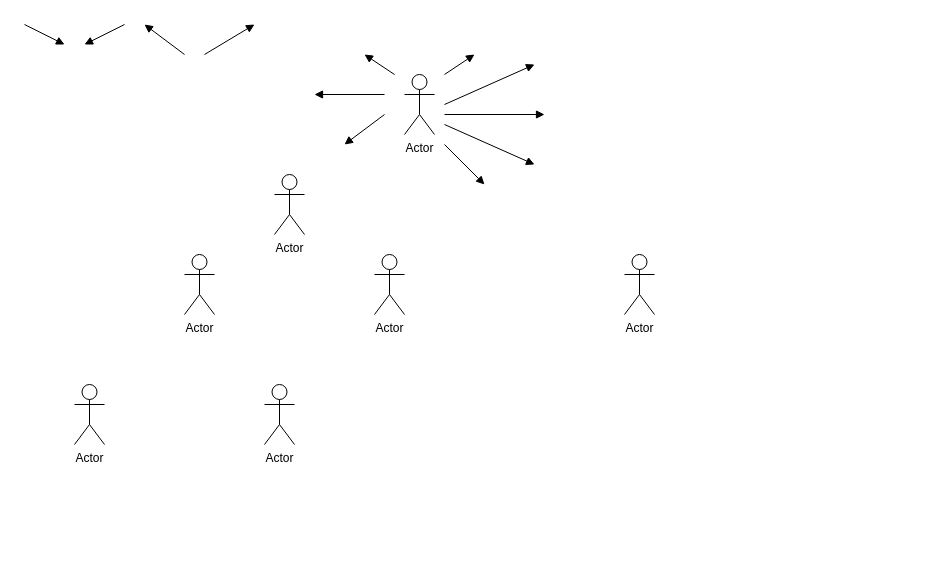
smj1746/user keeps this draw.io diagram as 제목 없는 다이어그램.drawio. Above is the earlier version. Source tidied: cells renumbered, new cells numbered last; positions are measured from the earlier drawing's top-left corner, leaving out a move shared by most shapes. Both pictures are drawn from the tidied source at 100%, with x=0, y=0 at pixel (24, 24).
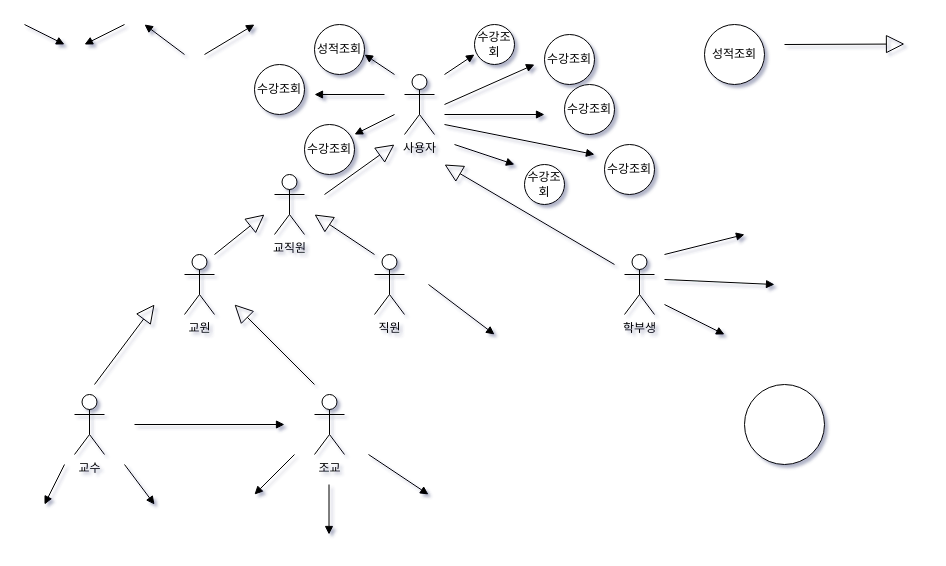
The same page after the edit.

Commit message (it also covers changes not shown here):
제목 없는 다이어그램.drawio 업데이트

The edit, as a diff of the source:
```diff
@@
-<mxGraphModel>
+<mxGraphModel shadow="1">
@@
-    <mxCell id="2" value="Actor" style="shape=umlActor;verticalLabelPosition=bottom;verticalAlign=top;html=1;" parent="1" vertex="1">
+    <mxCell id="2" value="교원&lt;div&gt;&lt;br&gt;&lt;/div&gt;" style="shape=umlActor;verticalLabelPosition=bottom;verticalAlign=top;html=1;rounded=0;" parent="1" vertex="1">
       <mxGeometry x="160" y="230" width="30" height="60" as="geometry" />
     </mxCell>
-    <mxCell id="3" value="Actor" style="shape=umlActor;verticalLabelPosition=bottom;verticalAlign=top;html=1;" parent="1" vertex="1">
+    <mxCell id="3" value="사용자" style="shape=umlActor;verticalLabelPosition=bottom;verticalAlign=top;html=1;rounded=0;" parent="1" vertex="1">
       <mxGeometry x="380" y="50" width="30" height="60" as="geometry" />
     </mxCell>
-    <mxCell id="4" value="Actor" style="shape=umlActor;verticalLabelPosition=bottom;verticalAlign=top;html=1;" parent="1" vertex="1">
+    <mxCell id="4" value="학부생&lt;div&gt;&lt;br&gt;&lt;/div&gt;" style="shape=umlActor;verticalLabelPosition=bottom;verticalAlign=top;html=1;rounded=0;" parent="1" vertex="1">
       <mxGeometry x="600" y="230" width="30" height="60" as="geometry" />
     </mxCell>
-    <mxCell id="5" value="Actor" style="shape=umlActor;verticalLabelPosition=bottom;verticalAlign=top;html=1;" parent="1" vertex="1">
+    <mxCell id="5" value="교직원&lt;div&gt;&lt;br&gt;&lt;/div&gt;" style="shape=umlActor;verticalLabelPosition=bottom;verticalAlign=top;html=1;rounded=0;" parent="1" vertex="1">
       <mxGeometry x="250" y="150" width="30" height="60" as="geometry" />
     </mxCell>
-    <mxCell id="6" value="Actor" style="shape=umlActor;verticalLabelPosition=bottom;verticalAlign=top;html=1;" parent="1" vertex="1">
+    <mxCell id="6" value="직원" style="shape=umlActor;verticalLabelPosition=bottom;verticalAlign=top;html=1;rounded=0;" parent="1" vertex="1">
       <mxGeometry x="350" y="230" width="30" height="60" as="geometry" />
     </mxCell>
-    <mxCell id="7" value="Actor" style="shape=umlActor;verticalLabelPosition=bottom;verticalAlign=top;html=1;" parent="1" vertex="1">
-      <mxGeometry x="50" y="360" width="30" height="60" as="geometry" />
+    <mxCell id="7" value="교수&lt;div&gt;&lt;br&gt;&lt;/div&gt;&lt;div&gt;&lt;br&gt;&lt;/div&gt;" style="shape=umlActor;verticalLabelPosition=bottom;verticalAlign=top;html=1;rounded=0;" parent="1" vertex="1">
+      <mxGeometry x="50" y="370" width="30" height="60" as="geometry" />
     </mxCell>
-    <mxCell id="8" value="Actor" style="shape=umlActor;verticalLabelPosition=bottom;verticalAlign=top;html=1;" parent="1" vertex="1">
-      <mxGeometry x="240" y="360" width="30" height="60" as="geometry" />
+    <mxCell id="8" value="조교" style="shape=umlActor;verticalLabelPosition=bottom;verticalAlign=top;html=1;rounded=0;" parent="1" vertex="1">
+      <mxGeometry x="290" y="370" width="30" height="60" as="geometry" />
     </mxCell>
@@
     <mxCell id="15" style="html=1;verticalAlign=bottom;endArrow=block;curved=0;rounded=0;" parent="1" edge="1">
       <mxGeometry relative="1" as="geometry">
         <mxPoint x="420" y="100" as="sourcePoint" />
-        <mxPoint x="510" y="140" as="targetPoint" />
+        <mxPoint x="570" y="130" as="targetPoint" />
       </mxGeometry>
     </mxCell>
     <mxCell id="16" style="html=1;verticalAlign=bottom;endArrow=block;curved=0;rounded=0;" parent="1" edge="1">
       <mxGeometry relative="1" as="geometry">
-        <mxPoint x="420" y="120" as="sourcePoint" />
-        <mxPoint x="460" y="160" as="targetPoint" />
+        <mxPoint x="430" y="120" as="sourcePoint" />
+        <mxPoint x="490" y="140" as="targetPoint" />
       </mxGeometry>
     </mxCell>
@@
     <mxCell id="18" style="html=1;verticalAlign=bottom;endArrow=block;curved=0;rounded=0;" parent="1" edge="1">
       <mxGeometry relative="1" as="geometry">
-        <mxPoint x="360" y="90" as="sourcePoint" />
-        <mxPoint x="320" y="120" as="targetPoint" />
+        <mxPoint x="370" y="90" as="sourcePoint" />
+        <mxPoint x="330" y="110" as="targetPoint" />
       </mxGeometry>
     </mxCell>
@@
+    <mxCell id="21" style="endArrow=block;endSize=16;endFill=0;html=1;rounded=0;" parent="1" edge="1">
+      <mxGeometry relative="1" as="geometry">
+        <mxPoint x="760" y="20" as="sourcePoint" />
+        <mxPoint x="880" y="19.5" as="targetPoint" />
+      </mxGeometry>
+    </mxCell>
+    <mxCell id="22" style="endArrow=block;endSize=16;endFill=0;html=1;rounded=0;fontStyle=0;" parent="1" edge="1">
+      <mxGeometry relative="1" as="geometry">
+        <mxPoint x="300" y="170" as="sourcePoint" />
+        <mxPoint x="370" y="120" as="targetPoint" />
+      </mxGeometry>
+    </mxCell>
+    <mxCell id="23" style="endArrow=block;endSize=16;endFill=0;html=1;rounded=0;fontStyle=0;" parent="1" edge="1">
+      <mxGeometry relative="1" as="geometry">
+        <mxPoint x="590" y="240" as="sourcePoint" />
+        <mxPoint x="420" y="140" as="targetPoint" />
+      </mxGeometry>
+    </mxCell>
+    <mxCell id="24" style="endArrow=block;endSize=16;endFill=0;html=1;rounded=0;fontStyle=0;" parent="1" edge="1">
+      <mxGeometry relative="1" as="geometry">
+        <mxPoint x="350" y="230" as="sourcePoint" />
+        <mxPoint x="290" y="190" as="targetPoint" />
+      </mxGeometry>
+    </mxCell>
+    <mxCell id="25" style="endArrow=block;endSize=16;endFill=0;html=1;rounded=0;fontStyle=0;" parent="1" edge="1">
+      <mxGeometry relative="1" as="geometry">
+        <mxPoint x="190" y="230" as="sourcePoint" />
+        <mxPoint x="240" y="190" as="targetPoint" />
+      </mxGeometry>
+    </mxCell>
+    <mxCell id="26" style="endArrow=block;endSize=16;endFill=0;html=1;rounded=0;fontStyle=0;" parent="1" edge="1">
+      <mxGeometry relative="1" as="geometry">
+        <mxPoint x="70" y="360" as="sourcePoint" />
+        <mxPoint x="130" y="280" as="targetPoint" />
+      </mxGeometry>
+    </mxCell>
+    <mxCell id="27" style="endArrow=block;endSize=16;endFill=0;html=1;rounded=0;fontStyle=0;" parent="1" edge="1">
+      <mxGeometry relative="1" as="geometry">
+        <mxPoint x="290" y="360" as="sourcePoint" />
+        <mxPoint x="210" y="280" as="targetPoint" />
+      </mxGeometry>
+    </mxCell>
+    <mxCell id="28" style="ellipse;whiteSpace=wrap;html=1;" parent="1" vertex="1">
+      <mxGeometry x="720" y="360" width="80" height="80" as="geometry" />
+    </mxCell>
+    <mxCell id="29" value="성적조회" style="ellipse;whiteSpace=wrap;html=1;" parent="1" vertex="1">
+      <mxGeometry x="290" width="50" height="50" as="geometry" />
+    </mxCell>
+    <mxCell id="30" value="성적조회" style="ellipse;whiteSpace=wrap;html=1;" parent="1" vertex="1">
+      <mxGeometry x="680" width="60" height="60" as="geometry" />
+    </mxCell>
+    <mxCell id="31" value="수강조회" style="ellipse;whiteSpace=wrap;html=1;" parent="1" vertex="1">
+      <mxGeometry x="450" width="40" height="40" as="geometry" />
+    </mxCell>
+    <mxCell id="32" value="수강조회" style="ellipse;whiteSpace=wrap;html=1;" parent="1" vertex="1">
+      <mxGeometry x="520" y="10" width="50" height="50" as="geometry" />
+    </mxCell>
+    <mxCell id="33" value="수강조회" style="ellipse;whiteSpace=wrap;html=1;" parent="1" vertex="1">
+      <mxGeometry x="580" y="120" width="50" height="50" as="geometry" />
+    </mxCell>
+    <mxCell id="34" value="수강조회" style="ellipse;whiteSpace=wrap;html=1;" parent="1" vertex="1">
+      <mxGeometry x="540" y="60" width="50" height="50" as="geometry" />
+    </mxCell>
+    <mxCell id="35" value="수강조회" style="ellipse;whiteSpace=wrap;html=1;" parent="1" vertex="1">
+      <mxGeometry x="500" y="140" width="40" height="40" as="geometry" />
+    </mxCell>
+    <mxCell id="36" value="수강조회" style="ellipse;whiteSpace=wrap;html=1;" parent="1" vertex="1">
+      <mxGeometry x="280" y="100" width="50" height="50" as="geometry" />
+    </mxCell>
+    <mxCell id="37" value="수강조회" style="ellipse;whiteSpace=wrap;html=1;" parent="1" vertex="1">
+      <mxGeometry x="230" y="40" width="50" height="50" as="geometry" />
+    </mxCell>
+    <mxCell id="38" style="html=1;verticalAlign=bottom;endArrow=block;curved=0;rounded=0;" parent="1" edge="1">
+      <mxGeometry relative="1" as="geometry">
+        <mxPoint x="640" y="280" as="sourcePoint" />
+        <mxPoint x="700" y="310" as="targetPoint" />
+      </mxGeometry>
+    </mxCell>
+    <mxCell id="39" style="html=1;verticalAlign=bottom;endArrow=block;curved=0;rounded=0;" parent="1" edge="1">
+      <mxGeometry relative="1" as="geometry">
+        <mxPoint x="640" y="255" as="sourcePoint" />
+        <mxPoint x="750" y="260" as="targetPoint" />
+      </mxGeometry>
+    </mxCell>
+    <mxCell id="40" style="html=1;verticalAlign=bottom;endArrow=block;curved=0;rounded=0;" parent="1" edge="1">
+      <mxGeometry relative="1" as="geometry">
+        <mxPoint x="640" y="230" as="sourcePoint" />
+        <mxPoint x="720" y="210" as="targetPoint" />
+      </mxGeometry>
+    </mxCell>
+    <mxCell id="41" style="html=1;verticalAlign=bottom;endArrow=block;curved=0;rounded=0;" parent="1" edge="1">
+      <mxGeometry relative="1" as="geometry">
+        <mxPoint x="404" y="260" as="sourcePoint" />
+        <mxPoint x="470" y="310" as="targetPoint" />
+      </mxGeometry>
+    </mxCell>
+    <mxCell id="42" style="html=1;verticalAlign=bottom;endArrow=block;curved=0;rounded=0;" parent="1" edge="1">
+      <mxGeometry relative="1" as="geometry">
+        <mxPoint x="110" y="400" as="sourcePoint" />
+        <mxPoint x="260" y="400" as="targetPoint" />
+      </mxGeometry>
+    </mxCell>
+    <mxCell id="43" style="html=1;verticalAlign=bottom;endArrow=block;curved=0;rounded=0;" parent="1" edge="1">
+      <mxGeometry relative="1" as="geometry">
+        <mxPoint x="100" y="440" as="sourcePoint" />
+        <mxPoint x="130" y="480" as="targetPoint" />
+      </mxGeometry>
+    </mxCell>
+    <mxCell id="44" style="html=1;verticalAlign=bottom;endArrow=block;curved=0;rounded=0;" parent="1" edge="1">
+      <mxGeometry relative="1" as="geometry">
+        <mxPoint x="40" y="440" as="sourcePoint" />
+        <mxPoint x="20" y="480" as="targetPoint" />
+      </mxGeometry>
+    </mxCell>
+    <mxCell id="45" style="html=1;verticalAlign=bottom;endArrow=block;curved=0;rounded=0;" parent="1" edge="1">
+      <mxGeometry relative="1" as="geometry">
+        <mxPoint x="304.5" y="460" as="sourcePoint" />
+        <mxPoint x="304.5" y="510" as="targetPoint" />
+      </mxGeometry>
+    </mxCell>
+    <mxCell id="46" style="html=1;verticalAlign=bottom;endArrow=block;curved=0;rounded=0;" parent="1" edge="1">
+      <mxGeometry relative="1" as="geometry">
+        <mxPoint x="270" y="430" as="sourcePoint" />
+        <mxPoint x="230" y="470" as="targetPoint" />
+      </mxGeometry>
+    </mxCell>
+    <mxCell id="47" style="html=1;verticalAlign=bottom;endArrow=block;curved=0;rounded=0;" parent="1" edge="1">
+      <mxGeometry relative="1" as="geometry">
+        <mxPoint x="344" y="430" as="sourcePoint" />
+        <mxPoint x="404" y="470" as="targetPoint" />
+      </mxGeometry>
+    </mxCell>
```
